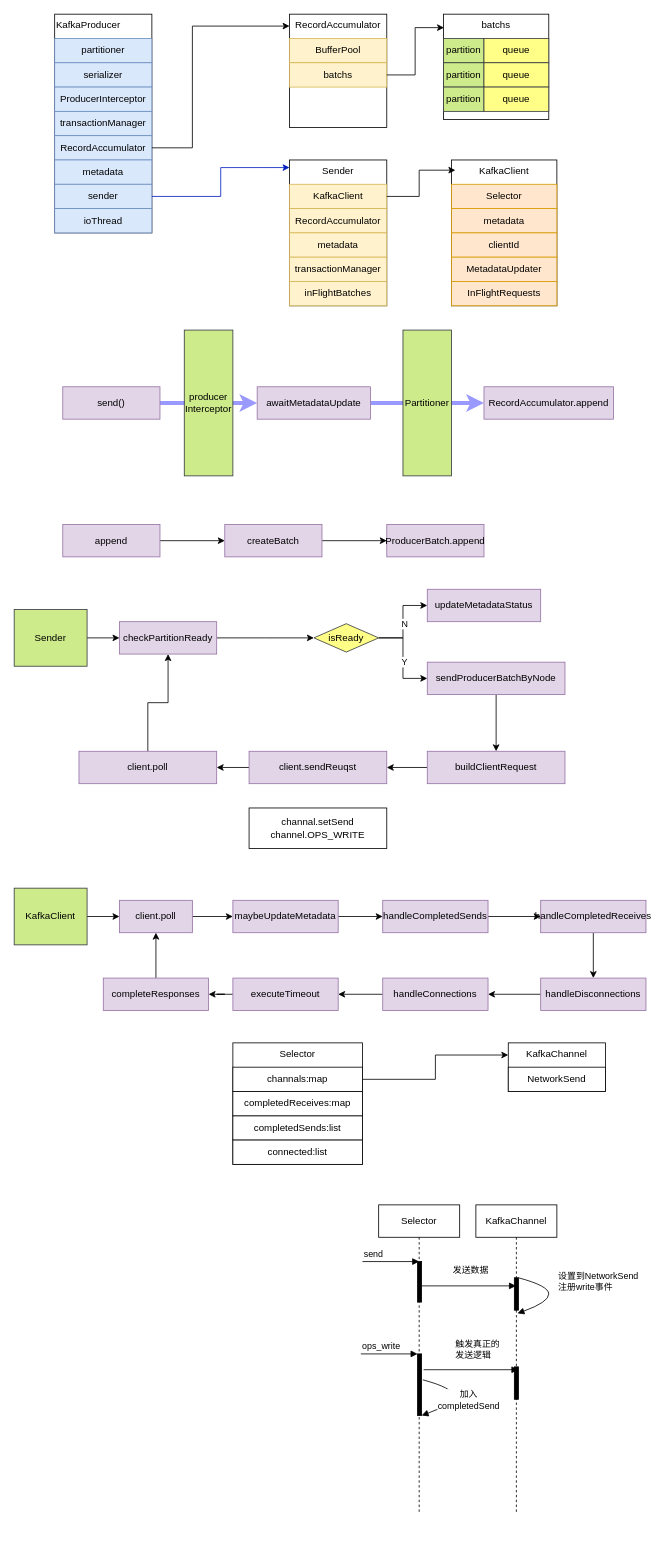
This is draw/kafka/myKafka.drawio from BxcGit/draw, a draw.io file, before an edit. Source tidied: cells renumbered, new cells numbered last; positions are measured from the earlier drawing's top-left corner, leaving out a move shared by most shapes. Both pictures are drawn from the tidied source at 81%, with x=0, y=0 at pixel (14, 14).
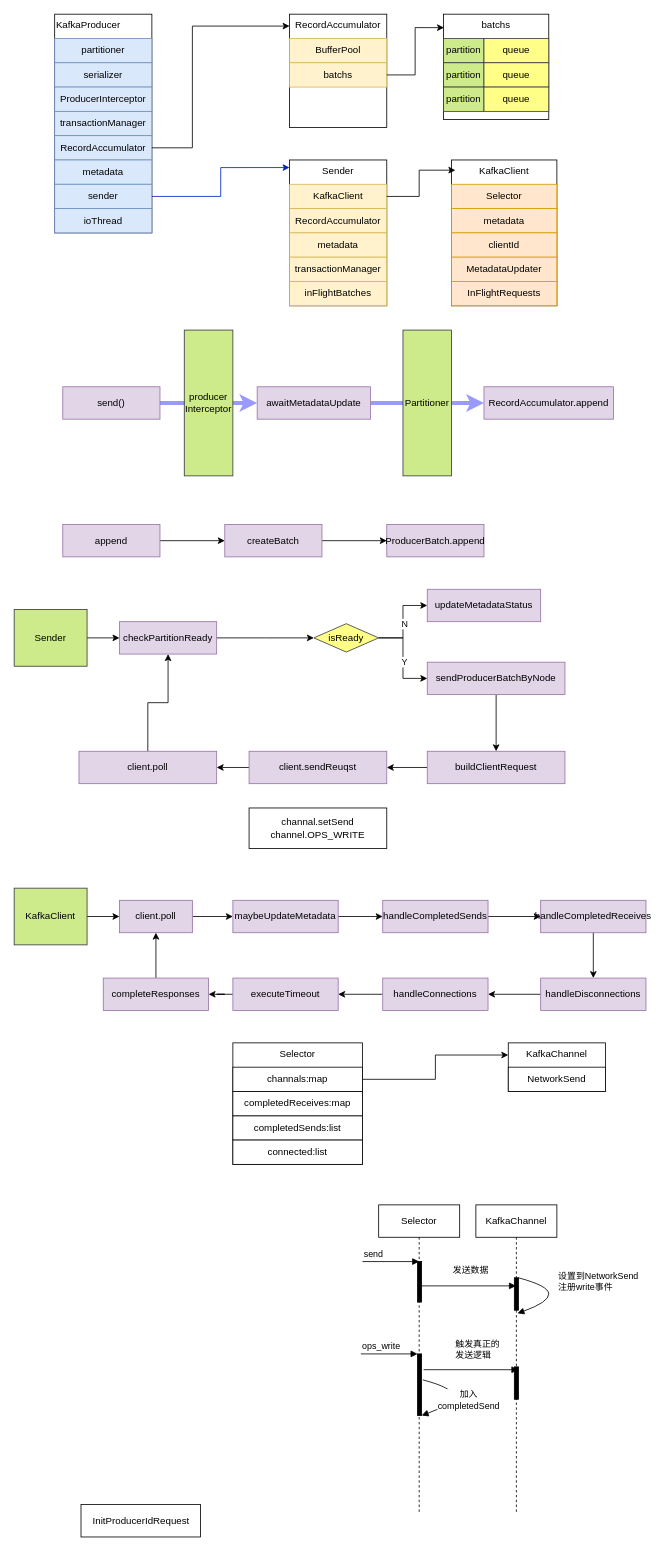
Above is the later version.

The edit, as a diff of the source:
```diff
@@
+    <mxCell id="107" value="InitProducerIdRequest" style="rounded=0;whiteSpace=wrap;html=1;align=center;verticalAlign=middle;" parent="1" vertex="1">
+      <mxGeometry x="82.5" y="1840" width="147.5" height="40" as="geometry" />
+    </mxCell>
```
